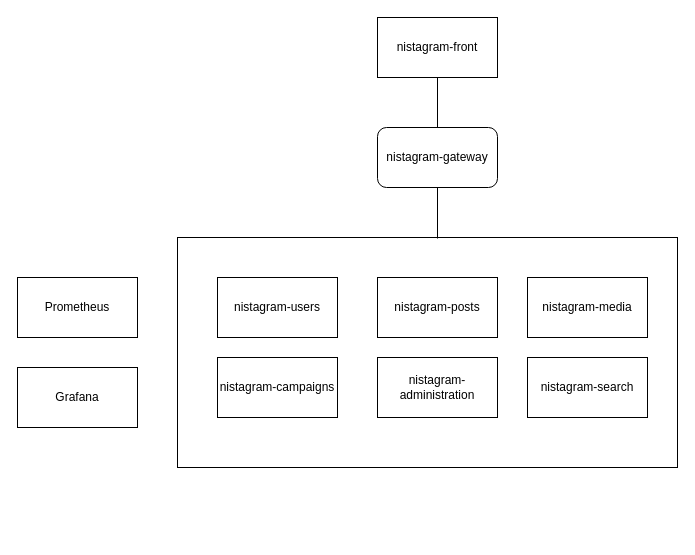
This is infrastructure/nistagram-infrastructure.drawio from Nistagram-Organization/nistagram-infrastructure, a draw.io file, before an edit. Source tidied: cells renumbered, new cells numbered last; positions are measured from the earlier drawing's top-left corner, leaving out a move shared by most shapes. Both pictures are drawn from the tidied source at 100%, with x=0, y=0 at pixel (17, 17).
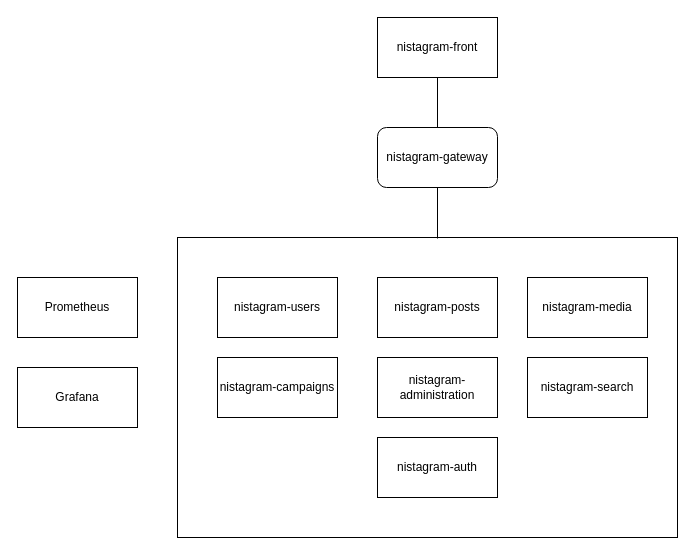
After the change.

The edit, as a diff of the source:
```diff
@@
 <mxGraphModel>
   <root>
     <mxCell id="0" />
     <mxCell id="1" parent="0" />
     <mxCell id="2" style="rounded=0;whiteSpace=wrap;html=1;" parent="1" vertex="1">
-      <mxGeometry x="160" y="220" width="500" height="230" as="geometry" />
+      <mxGeometry x="160" y="220" width="500" height="300" as="geometry" />
     </mxCell>
     <mxCell id="3" value="nistagram-front" style="rounded=0;whiteSpace=wrap;html=1;" parent="1" vertex="1">
       <mxGeometry x="360" width="120" height="60" as="geometry" />
     </mxCell>
     <mxCell id="4" value="nistagram-gateway" style="rounded=1;whiteSpace=wrap;html=1;" parent="1" vertex="1">
       <mxGeometry x="360" y="110" width="120" height="60" as="geometry" />
     </mxCell>
     <mxCell id="5" value="nistagram-users" style="rounded=0;whiteSpace=wrap;html=1;" parent="1" vertex="1">
       <mxGeometry x="200" y="260" width="120" height="60" as="geometry" />
     </mxCell>
     <mxCell id="6" value="nistagram-posts" style="rounded=0;whiteSpace=wrap;html=1;" parent="1" vertex="1">
       <mxGeometry x="360" y="260" width="120" height="60" as="geometry" />
     </mxCell>
     <mxCell id="7" value="nistagram-media" style="rounded=0;whiteSpace=wrap;html=1;" parent="1" vertex="1">
       <mxGeometry x="510" y="260" width="120" height="60" as="geometry" />
     </mxCell>
     <mxCell id="8" value="nistagram-campaigns" style="rounded=0;whiteSpace=wrap;html=1;" parent="1" vertex="1">
       <mxGeometry x="200" y="340" width="120" height="60" as="geometry" />
     </mxCell>
     <mxCell id="9" value="nistagram-administration" style="rounded=0;whiteSpace=wrap;html=1;" parent="1" vertex="1">
       <mxGeometry x="360" y="340" width="120" height="60" as="geometry" />
     </mxCell>
     <mxCell id="10" value="Prometheus" style="rounded=0;whiteSpace=wrap;html=1;" parent="1" vertex="1">
       <mxGeometry y="260" width="120" height="60" as="geometry" />
     </mxCell>
     <mxCell id="11" value="Grafana" style="rounded=0;whiteSpace=wrap;html=1;" parent="1" vertex="1">
       <mxGeometry y="350" width="120" height="60" as="geometry" />
     </mxCell>
     <mxCell id="12" style="endArrow=none;html=1;strokeColor=#000000;entryX=0.5;entryY=1;entryDx=0;entryDy=0;" parent="1" edge="1" target="4">
       <mxGeometry relative="1" as="geometry">
         <mxPoint x="420" y="221" as="sourcePoint" />
       </mxGeometry>
     </mxCell>
     <mxCell id="13" style="endArrow=none;html=1;strokeColor=#000000;entryX=0.5;entryY=1;entryDx=0;entryDy=0;" parent="1" edge="1" target="3">
       <mxGeometry relative="1" as="geometry">
         <mxPoint x="420" y="110" as="sourcePoint" />
       </mxGeometry>
     </mxCell>
     <mxCell id="14" value="nistagram-search" style="rounded=0;whiteSpace=wrap;html=1;" parent="1" vertex="1">
       <mxGeometry x="510" y="340" width="120" height="60" as="geometry" />
     </mxCell>
+    <mxCell id="15" value="nistagram-auth" style="rounded=0;whiteSpace=wrap;html=1;" parent="1" vertex="1">
+      <mxGeometry x="360" y="420" width="120" height="60" as="geometry" />
+    </mxCell>
   </root>
 </mxGraphModel>
```
